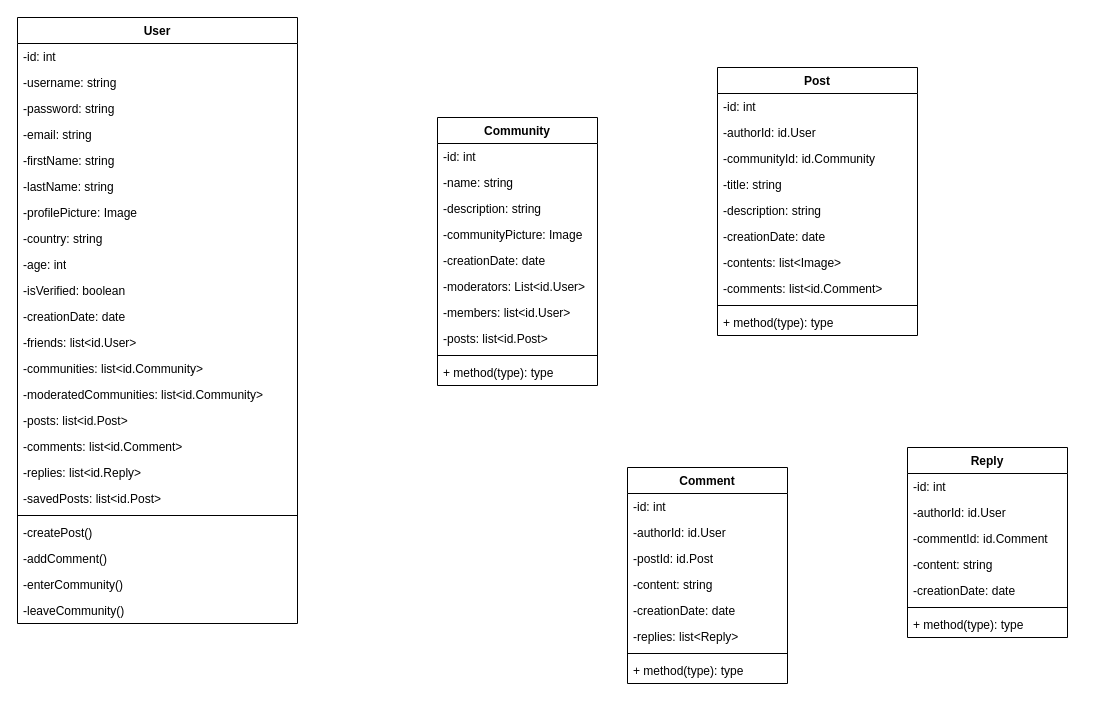
This is schemas/class diagram for veriNet.drawio from stevenstonie/iungoreal, a draw.io file, before an edit. Source tidied: cells renumbered, new cells numbered last; positions are measured from the earlier drawing's top-left corner, leaving out a move shared by most shapes. Both pictures are drawn from the tidied source at 100%, with x=0, y=0 at pixel (17, 17).
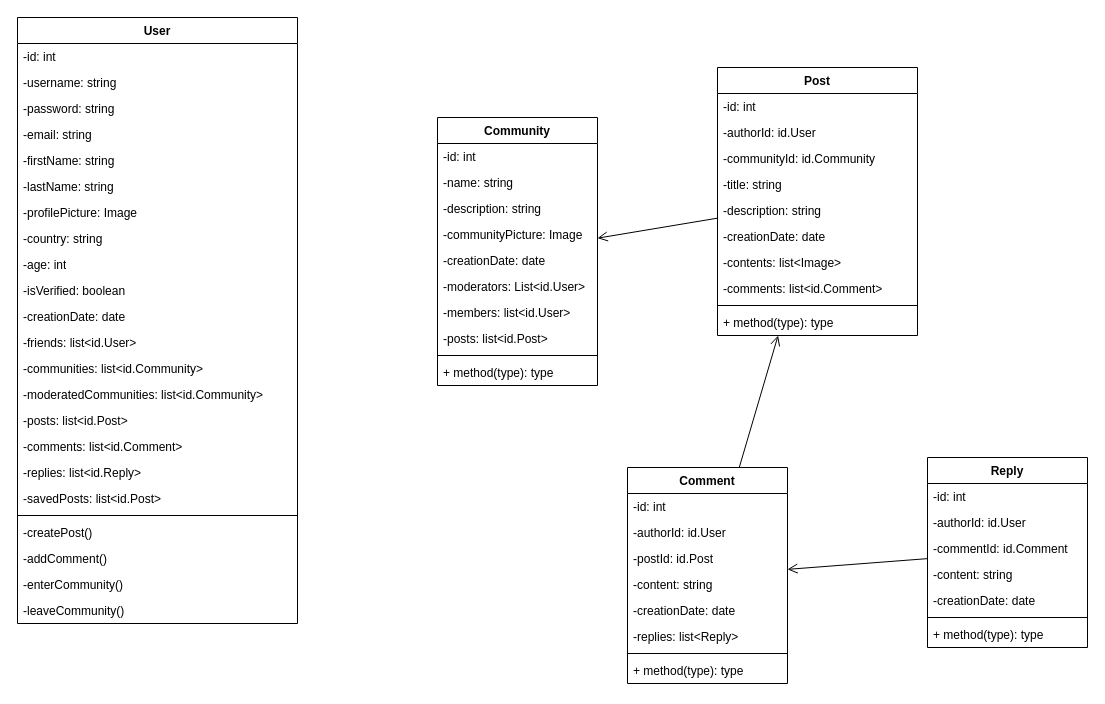
The same page after the edit.

Commit message (it also covers changes not shown here):
added a .gitignore and updated the uml diagram

The change refers to these unchanged cells:
```xml
<mxCell id="26" value="Community" style="swimlane;fontStyle=1;align=center;verticalAlign=top;horizontal=1;startSize=26;whiteSpace=wrap;html=1;" parent="1" vertex="1">
  <mxGeometry x="420" y="100" width="160" height="268" as="geometry" />
</mxCell>
<mxCell id="37" value="Post" style="swimlane;fontStyle=1;align=center;verticalAlign=top;horizontal=1;startSize=26;whiteSpace=wrap;html=1;" parent="1" vertex="1">
  <mxGeometry x="700" y="50" width="200" height="268" as="geometry" />
</mxCell>
<mxCell id="48" value="Comment" style="swimlane;fontStyle=1;align=center;verticalAlign=top;horizontal=1;startSize=26;whiteSpace=wrap;html=1;" parent="1" vertex="1">
  <mxGeometry x="610" y="450" width="160" height="216" as="geometry" />
</mxCell>
```

Change to the diagram source:
```diff
@@
     <mxCell id="57" value="Reply" style="swimlane;fontStyle=1;align=center;verticalAlign=top;horizontal=1;startSize=26;whiteSpace=wrap;html=1;" parent="1" vertex="1">
-      <mxGeometry x="890" y="430" width="160" height="190" as="geometry" />
+      <mxGeometry x="910" y="440" width="160" height="190" as="geometry" />
     </mxCell>
@@
+    <mxCell id="65" style="endArrow=open;startArrow=none;endFill=0;startFill=0;endSize=8;html=1;verticalAlign=bottom;labelBackgroundColor=none;strokeWidth=1;rounded=0;" parent="1" edge="1" source="57" target="48">
+      <mxGeometry relative="1" as="geometry" />
+    </mxCell>
+    <mxCell id="66" style="endArrow=open;startArrow=none;endFill=0;startFill=0;endSize=8;html=1;verticalAlign=bottom;labelBackgroundColor=none;strokeWidth=1;rounded=0;" parent="1" edge="1" source="48" target="37">
+      <mxGeometry relative="1" as="geometry" />
+    </mxCell>
+    <mxCell id="67" style="endArrow=open;startArrow=none;endFill=0;startFill=0;endSize=8;html=1;verticalAlign=bottom;labelBackgroundColor=none;strokeWidth=1;rounded=0;" parent="1" edge="1" source="37" target="26">
+      <mxGeometry relative="1" as="geometry" />
+    </mxCell>
```
